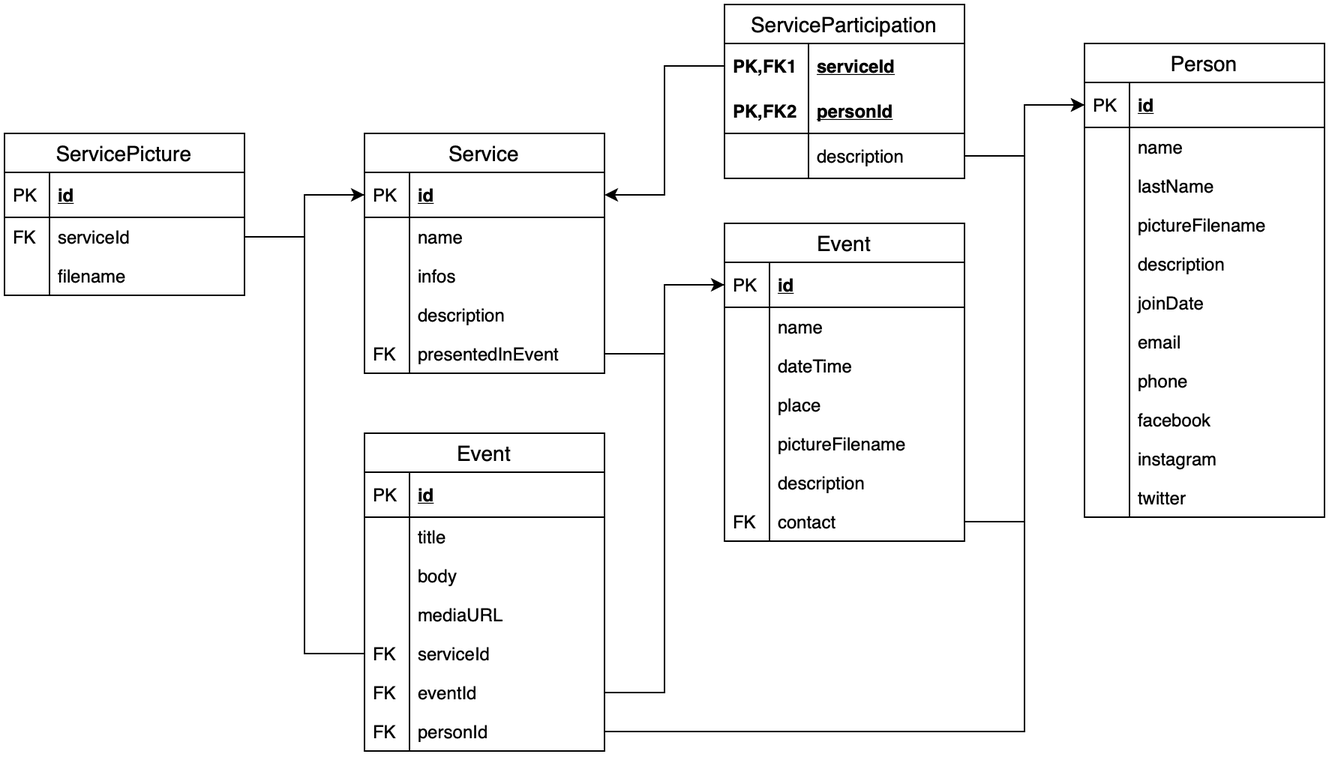
Alenichel/CodiglioniDellOglioNichelini-HypermediaProject keeps this draw.io diagram as DesignDocument/figures/DB/RelationalTables.png. Above is the earlier version. Source tidied: cells renumbered, new cells last; positions are measured from the earlier drawing's top-left corner, leaving out a move shared by most shapes.
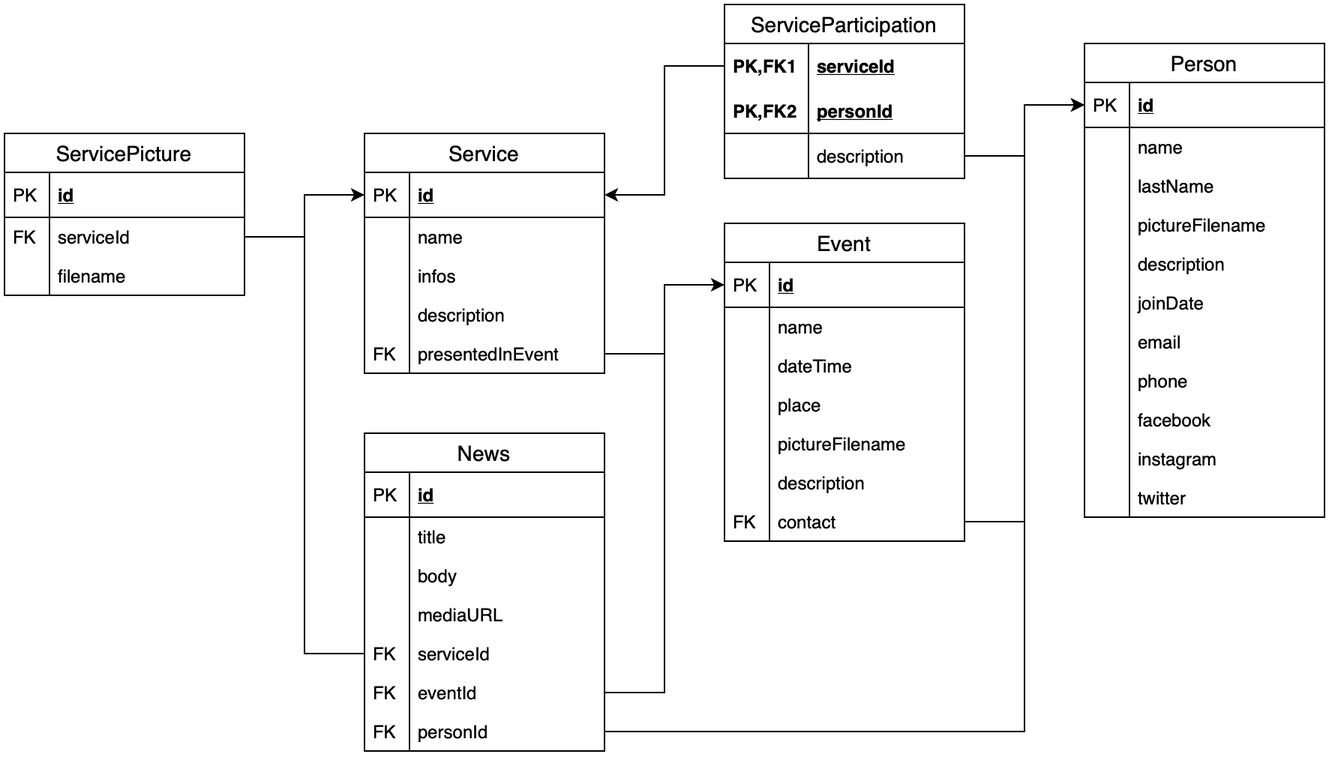
After the change.

Change to the diagram source:
```diff
@@ -211,7 +211,7 @@
     <mxCell id="69" style="shape=partialRectangle;top=0;left=0;bottom=0;fillColor=none;align=left;verticalAlign=top;spacingLeft=4;spacingRight=4;overflow=hidden;fontSize=12;" parent="68" vertex="1">
       <mxGeometry width="30" height="26" as="geometry" />
     </mxCell>
-    <mxCell id="70" value="Event" style="swimlane;fontStyle=0;horizontal=1;startSize=26;align=center;fontSize=14;" parent="1" vertex="1">
+    <mxCell id="70" value="News" style="swimlane;fontStyle=0;horizontal=1;startSize=26;align=center;fontSize=14;" parent="1" vertex="1">
       <mxGeometry x="240" y="286" width="160" height="212" as="geometry" />
     </mxCell>
     <mxCell id="71" value="id" style="shape=partialRectangle;top=0;left=0;right=0;bottom=1;align=left;verticalAlign=middle;fillColor=none;spacingLeft=34;spacingRight=4;overflow=hidden;fontStyle=5;fontSize=12;" parent="70" vertex="1">
```
